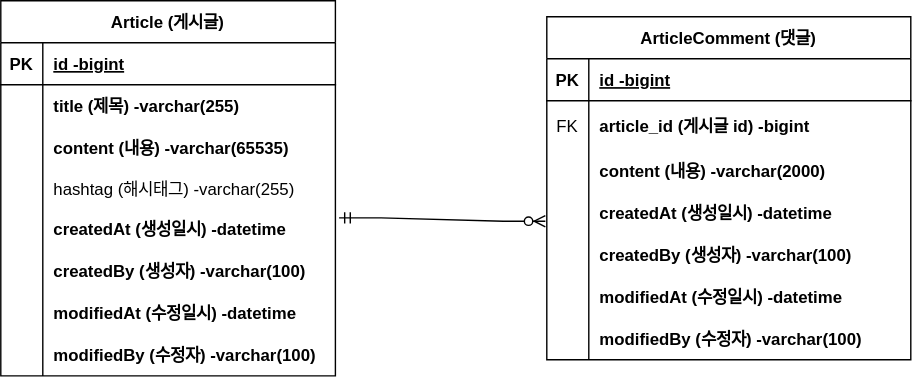
This is document/project-board-erd.svg from subbni/project-board, a draw.io export, as it was before one commit. Source tidied: cells renumbered, new cells last; positions are measured from the earlier drawing's top-left corner, leaving out a move shared by most shapes.
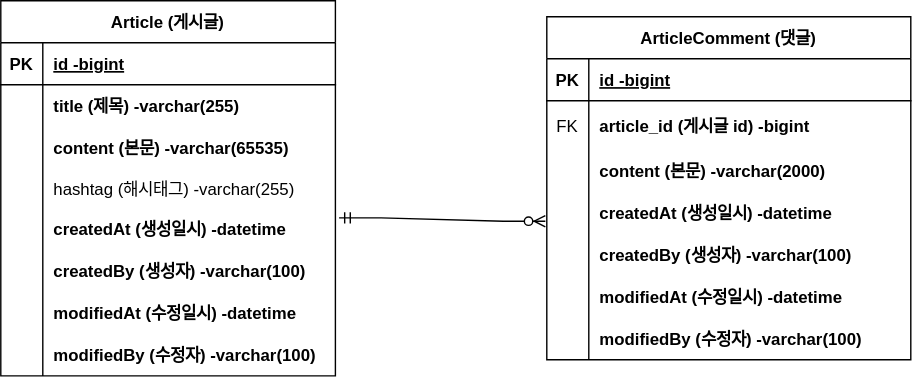
After the change.

Commit message:
#9 - ERD 주석 업데이트 : project-board-erd.svg 업데이트

The edit, as a diff of the source:
```diff
@@ -29,7 +29,7 @@
     <mxCell id="10" style="shape=partialRectangle;fillColor=none;top=0;left=0;bottom=0;right=0;overflow=hidden;" parent="9" vertex="1">
       <mxGeometry width="30" height="30" as="geometry" />
     </mxCell>
-    <mxCell id="11" value="content (내용) -varchar(65535)" style="shape=partialRectangle;fillColor=none;top=0;left=0;bottom=0;right=0;align=left;spacingLeft=6;overflow=hidden;fontStyle=1;" parent="9" vertex="1">
+    <mxCell id="11" value="content (본문) -varchar(65535)" style="shape=partialRectangle;fillColor=none;top=0;left=0;bottom=0;right=0;align=left;spacingLeft=6;overflow=hidden;fontStyle=1;" parent="9" vertex="1">
       <mxGeometry x="30" width="209" height="30" as="geometry" />
     </mxCell>
     <mxCell id="12" style="shape=tableRow;horizontal=0;startSize=0;swimlaneHead=0;swimlaneBody=0;fillColor=none;top=0;left=0;right=0;bottom=0;" parent="2" vertex="1">
@@ -104,7 +104,7 @@
     <mxCell id="35" style="shape=partialRectangle;fillColor=none;top=0;left=0;bottom=0;right=0;overflow=hidden;" parent="34" vertex="1">
       <mxGeometry width="30" height="30" as="geometry" />
     </mxCell>
-    <mxCell id="36" value="content (내용) -varchar(2000)" style="shape=partialRectangle;fillColor=none;top=0;left=0;bottom=0;right=0;align=left;spacingLeft=6;overflow=hidden;fontStyle=1;" parent="34" vertex="1">
+    <mxCell id="36" value="content (본문) -varchar(2000)" style="shape=partialRectangle;fillColor=none;top=0;left=0;bottom=0;right=0;align=left;spacingLeft=6;overflow=hidden;fontStyle=1;" parent="34" vertex="1">
       <mxGeometry x="30" width="230" height="30" as="geometry" />
     </mxCell>
     <mxCell id="37" style="shape=tableRow;horizontal=0;startSize=0;swimlaneHead=0;swimlaneBody=0;fillColor=none;points=[[0,0.5],[1,0.5]];portConstraint=eastwest;top=0;left=0;right=0;bottom=0;" parent="27" vertex="1">
```
